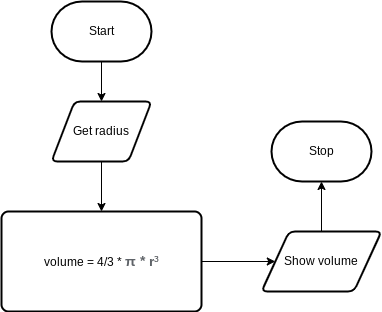
This is design/flowchart.png from Kenny-Le-281/ICS2O-Unit3-03-HTML, a draw.io export, as it was before one commit. Source tidied: cells renumbered, new cells last; positions are measured from the earlier drawing's top-left corner, leaving out a move shared by most shapes.
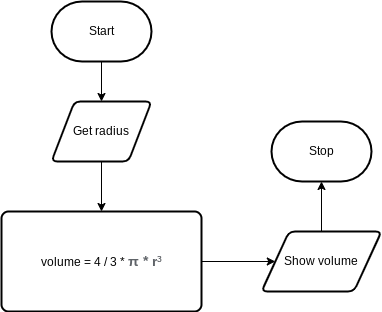
The same diagram one commit later.

Change to the diagram source:
```diff
@@ -17,7 +17,7 @@
     <mxCell id="6" style="edgeStyle=none;html=1;entryX=0;entryY=0.5;entryDx=0;entryDy=0;" parent="1" edge="1" source="7" target="9">
       <mxGeometry relative="1" as="geometry" />
     </mxCell>
-    <mxCell id="7" value="volume = 4/3 *&amp;nbsp;&lt;span style=&quot;font-weight: bold ; color: rgb(95 , 99 , 104) ; font-family: &amp;#34;arial&amp;#34; , sans-serif ; font-size: 14px ; text-align: left ; background-color: rgb(255 , 255 , 255)&quot;&gt;π * r&lt;/span&gt;&lt;span style=&quot;color: rgb(77 , 81 , 86) ; font-family: &amp;#34;arial&amp;#34; , sans-serif ; font-size: 14px ; text-align: left ; background-color: rgb(255 , 255 , 255)&quot;&gt;³&lt;/span&gt;" style="rounded=1;whiteSpace=wrap;html=1;absoluteArcSize=1;arcSize=14;strokeWidth=2;" parent="1" vertex="1">
+    <mxCell id="7" value="volume = 4 / 3 *&amp;nbsp;&lt;span style=&quot;font-weight: bold ; color: rgb(95 , 99 , 104) ; font-family: &amp;#34;arial&amp;#34; , sans-serif ; font-size: 14px ; text-align: left ; background-color: rgb(255 , 255 , 255)&quot;&gt;π * r&lt;/span&gt;&lt;span style=&quot;color: rgb(77 , 81 , 86) ; font-family: &amp;#34;arial&amp;#34; , sans-serif ; font-size: 14px ; text-align: left ; background-color: rgb(255 , 255 , 255)&quot;&gt;³&lt;/span&gt;" style="rounded=1;whiteSpace=wrap;html=1;absoluteArcSize=1;arcSize=14;strokeWidth=2;" parent="1" vertex="1">
       <mxGeometry y="210" width="200" height="100" as="geometry" />
     </mxCell>
     <mxCell id="8" style="edgeStyle=none;html=1;entryX=0.5;entryY=1;entryDx=0;entryDy=0;entryPerimeter=0;" parent="1" edge="1" source="9" target="10">
```
